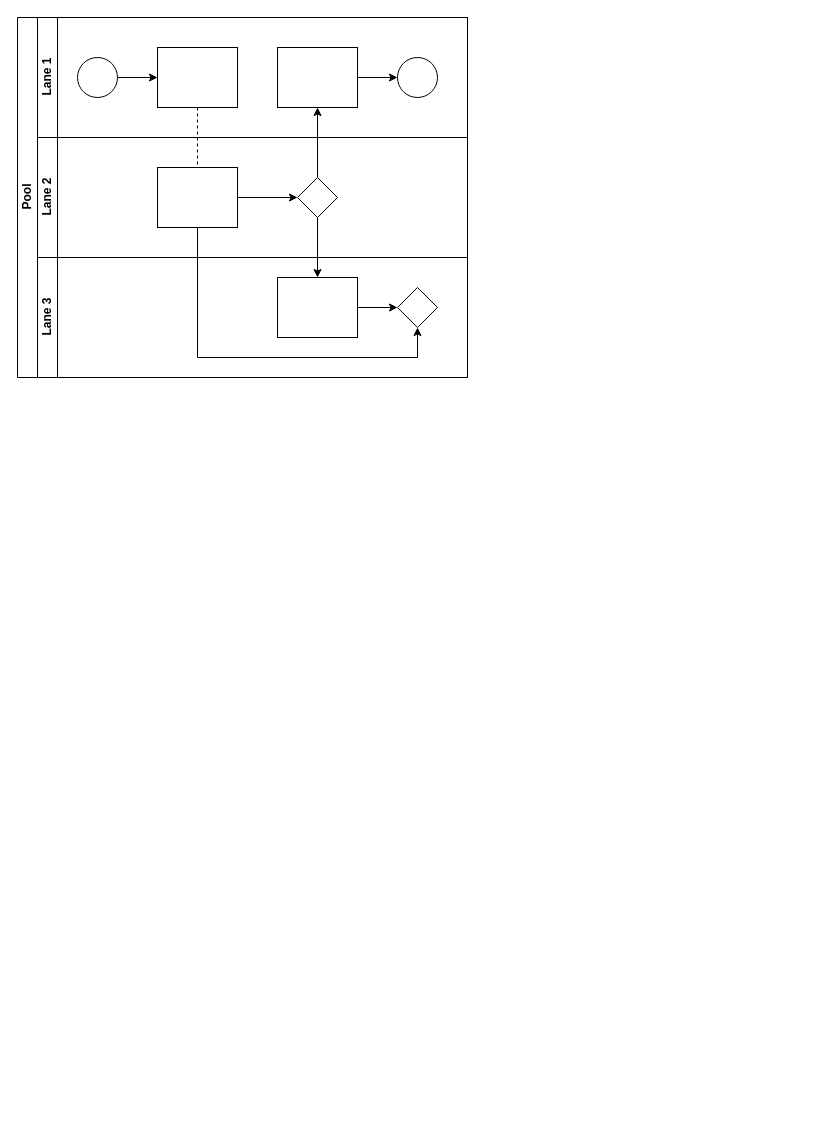
smi4dmi/Practice-Automation-Project keeps this draw.io diagram as Untitled Diagram.drawio. Above is the earlier version. Source tidied: cells renumbered, new cells numbered last; positions are measured from the earlier drawing's top-left corner, leaving out a move shared by most shapes. Both pictures are drawn from the tidied source at 100%, with x=0, y=0 at pixel (17, 17).
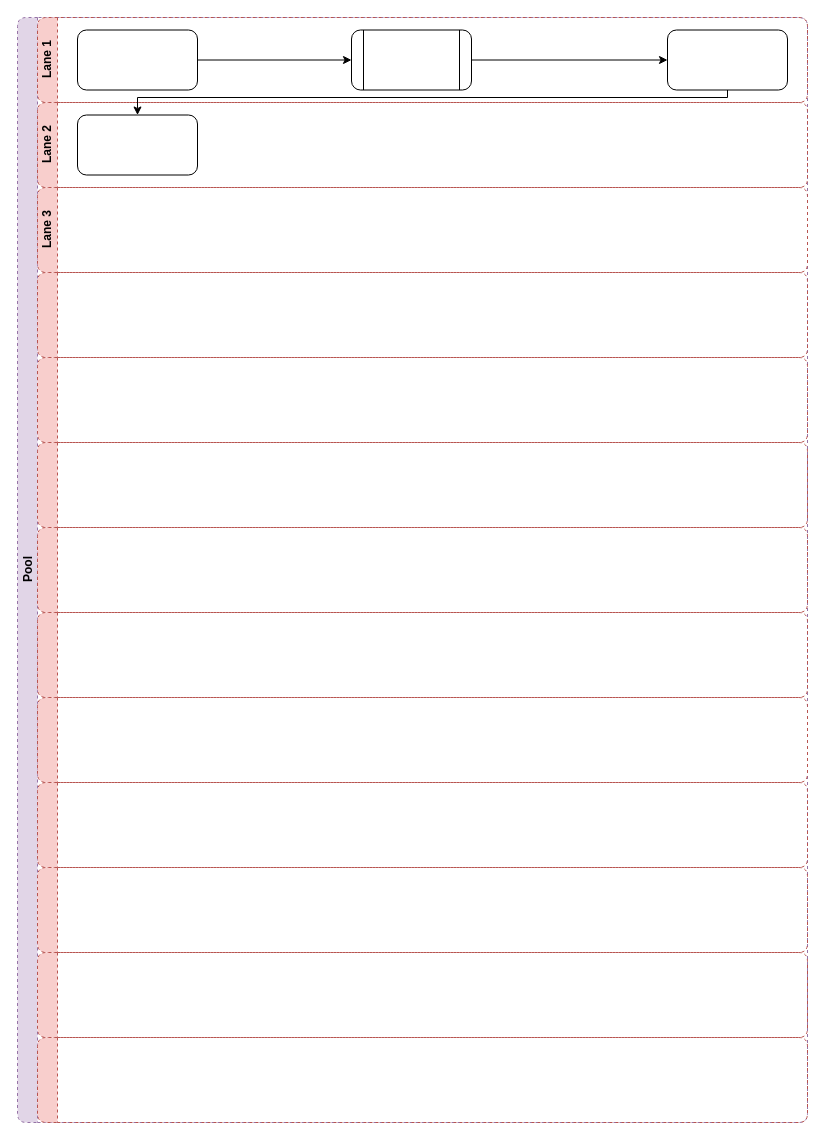
The same page after the edit.

What changed in the source:
```diff
@@
-    <mxCell id="2" value="Pool" style="swimlane;html=1;horizontal=0;startSize=20;" parent="1" vertex="1">
-      <mxGeometry width="450" height="360" as="geometry" />
+    <mxCell id="2" value="Pool" style="swimlane;html=1;horizontal=0;startSize=20;rounded=1;fillColor=#e1d5e7;strokeColor=#9673a6;dashed=1;" parent="1" vertex="1">
+      <mxGeometry width="790" height="1105" as="geometry" />
     </mxCell>
-    <mxCell id="3" style="edgeStyle=orthogonalEdgeStyle;rounded=0;jettySize=auto;html=1;dashed=1;endArrow=none;endFill=0;" parent="2" edge="1" source="10" target="16">
-      <mxGeometry relative="1" as="geometry" />
-    </mxCell>
-    <mxCell id="4" style="edgeStyle=orthogonalEdgeStyle;rounded=0;jettySize=auto;html=1;endArrow=classic;endFill=1;" parent="2" edge="1" source="17" target="12">
-      <mxGeometry relative="1" as="geometry" />
-    </mxCell>
-    <mxCell id="5" style="edgeStyle=orthogonalEdgeStyle;rounded=0;jettySize=auto;html=1;endArrow=classic;endFill=1;" parent="2" edge="1" source="17" target="20">
-      <mxGeometry relative="1" as="geometry" />
-    </mxCell>
-    <mxCell id="6" style="edgeStyle=orthogonalEdgeStyle;rounded=0;jettySize=auto;html=1;endArrow=classic;endFill=1;" parent="2" edge="1" source="16" target="21">
+    <mxCell id="6" style="edgeStyle=orthogonalEdgeStyle;rounded=0;orthogonalLoop=1;jettySize=auto;html=1;endArrow=classic;endFill=1;" parent="2" edge="1">
       <mxGeometry relative="1" as="geometry">
+        <mxPoint x="180" y="210" as="sourcePoint" />
         <Array as="points">
           <mxPoint x="180" y="340" />
           <mxPoint x="400" y="340" />
         </Array>
       </mxGeometry>
     </mxCell>
-    <mxCell id="7" value="Lane 1" style="swimlane;html=1;startSize=20;horizontal=0;" parent="2" vertex="1">
-      <mxGeometry x="20" width="430" height="120" as="geometry" />
+    <mxCell id="7" value="Lane 1" style="swimlane;html=1;startSize=20;horizontal=0;rounded=1;fillColor=#f8cecc;strokeColor=#b85450;dashed=1;" parent="2" vertex="1">
+      <mxGeometry x="20" width="770" height="85" as="geometry" />
     </mxCell>
-    <mxCell id="8" style="edgeStyle=orthogonalEdgeStyle;rounded=0;jettySize=auto;html=1;" parent="7" edge="1" source="9" target="10">
-      <mxGeometry relative="1" as="geometry" />
-    </mxCell>
-    <mxCell id="9" style="ellipse;whiteSpace=wrap;html=1;" parent="7" vertex="1">
-      <mxGeometry x="40" y="40" width="40" height="40" as="geometry" />
-    </mxCell>
-    <mxCell id="10" style="rounded=0;whiteSpace=wrap;html=1;fontFamily=Helvetica;fontSize=12;fontColor=#000000;align=center;" parent="7" vertex="1">
-      <mxGeometry x="120" y="30" width="80" height="60" as="geometry" />
-    </mxCell>
-    <mxCell id="11" style="edgeStyle=orthogonalEdgeStyle;rounded=0;jettySize=auto;html=1;endArrow=classic;endFill=1;" parent="7" edge="1" source="12" target="13">
-      <mxGeometry relative="1" as="geometry" />
-    </mxCell>
-    <mxCell id="12" style="rounded=0;whiteSpace=wrap;html=1;fontFamily=Helvetica;fontSize=12;fontColor=#000000;align=center;" parent="7" vertex="1">
-      <mxGeometry x="240" y="30" width="80" height="60" as="geometry" />
-    </mxCell>
-    <mxCell id="13" style="ellipse;whiteSpace=wrap;html=1;" parent="7" vertex="1">
-      <mxGeometry x="360" y="40" width="40" height="40" as="geometry" />
-    </mxCell>
+    <mxCell id="22" style="edgeStyle=orthogonalEdgeStyle;rounded=0;jettySize=auto;html=1;entryX=0;entryY=0.5;entryDx=0;entryDy=0;" parent="7" edge="1" source="23" target="25">
+      <mxGeometry relative="1" as="geometry" />
+    </mxCell>
+    <mxCell id="23" style="rounded=1;whiteSpace=wrap;html=1;" parent="7" vertex="1">
+      <mxGeometry x="40" y="12.5" width="120" height="60" as="geometry" />
+    </mxCell>
+    <mxCell id="24" style="edgeStyle=orthogonalEdgeStyle;rounded=0;jettySize=auto;html=1;entryX=0;entryY=0.5;entryDx=0;entryDy=0;" parent="7" edge="1" source="25" target="26">
+      <mxGeometry relative="1" as="geometry" />
+    </mxCell>
+    <mxCell id="25" style="shape=process;whiteSpace=wrap;html=1;backgroundOutline=1;rounded=1;" parent="7" vertex="1">
+      <mxGeometry x="314" y="12.5" width="120" height="60" as="geometry" />
+    </mxCell>
+    <mxCell id="26" style="rounded=1;whiteSpace=wrap;html=1;" parent="7" vertex="1">
+      <mxGeometry x="630" y="12.5" width="120" height="60" as="geometry" />
+    </mxCell>
-    <mxCell id="14" value="Lane 2" style="swimlane;html=1;startSize=20;horizontal=0;" parent="2" vertex="1">
-      <mxGeometry x="20" y="120" width="430" height="120" as="geometry" />
+    <mxCell id="14" value="Lane 2" style="swimlane;html=1;startSize=20;horizontal=0;rounded=1;fillColor=#f8cecc;strokeColor=#b85450;dashed=1;" parent="2" vertex="1">
+      <mxGeometry x="20" y="85" width="770" height="85" as="geometry" />
     </mxCell>
-    <mxCell id="15" style="edgeStyle=orthogonalEdgeStyle;rounded=0;jettySize=auto;html=1;endArrow=classic;endFill=1;" parent="14" edge="1" source="16" target="17">
-      <mxGeometry relative="1" as="geometry" />
-    </mxCell>
-    <mxCell id="16" style="rounded=0;whiteSpace=wrap;html=1;fontFamily=Helvetica;fontSize=12;fontColor=#000000;align=center;" parent="14" vertex="1">
-      <mxGeometry x="120" y="30" width="80" height="60" as="geometry" />
-    </mxCell>
-    <mxCell id="17" style="rhombus;whiteSpace=wrap;html=1;fontFamily=Helvetica;fontSize=12;fontColor=#000000;align=center;" parent="14" vertex="1">
-      <mxGeometry x="260" y="40" width="40" height="40" as="geometry" />
-    </mxCell>
+    <mxCell id="27" style="rounded=1;whiteSpace=wrap;html=1;" parent="14" vertex="1">
+      <mxGeometry x="40" y="12.5" width="120" height="60" as="geometry" />
+    </mxCell>
-    <mxCell id="18" value="Lane 3" style="swimlane;html=1;startSize=20;horizontal=0;" parent="2" vertex="1">
-      <mxGeometry x="20" y="240" width="430" height="120" as="geometry" />
+    <mxCell id="18" value="Lane 3" style="swimlane;html=1;startSize=20;horizontal=0;rounded=1;fillColor=#f8cecc;strokeColor=#b85450;dashed=1;" parent="2" vertex="1">
+      <mxGeometry x="20" y="170" width="770" height="85" as="geometry" />
     </mxCell>
-    <mxCell id="19" style="edgeStyle=orthogonalEdgeStyle;rounded=0;jettySize=auto;html=1;endArrow=classic;endFill=1;" parent="18" edge="1" source="20" target="21">
-      <mxGeometry relative="1" as="geometry" />
-    </mxCell>
-    <mxCell id="20" style="rounded=0;whiteSpace=wrap;html=1;fontFamily=Helvetica;fontSize=12;fontColor=#000000;align=center;" parent="18" vertex="1">
-      <mxGeometry x="240" y="20" width="80" height="60" as="geometry" />
-    </mxCell>
-    <mxCell id="21" style="rhombus;whiteSpace=wrap;html=1;fontFamily=Helvetica;fontSize=12;fontColor=#000000;align=center;" parent="18" vertex="1">
-      <mxGeometry x="360" y="30" width="40" height="40" as="geometry" />
-    </mxCell>
+    <mxCell id="28" style="swimlane;html=1;startSize=20;horizontal=0;rounded=1;fillColor=#f8cecc;strokeColor=#b85450;dashed=1;" parent="2" vertex="1">
+      <mxGeometry x="20" y="255" width="770" height="85" as="geometry" />
+    </mxCell>
+    <mxCell id="29" style="swimlane;html=1;startSize=20;horizontal=0;rounded=1;fillColor=#f8cecc;strokeColor=#b85450;dashed=1;" parent="2" vertex="1">
+      <mxGeometry x="20" y="340" width="770" height="85" as="geometry" />
+    </mxCell>
+    <mxCell id="30" style="swimlane;html=1;startSize=20;horizontal=0;rounded=1;fillColor=#f8cecc;strokeColor=#b85450;dashed=1;" parent="2" vertex="1">
+      <mxGeometry x="20" y="425" width="770" height="85" as="geometry" />
+    </mxCell>
+    <mxCell id="31" style="swimlane;html=1;startSize=20;horizontal=0;rounded=1;fillColor=#f8cecc;strokeColor=#b85450;dashed=1;" parent="2" vertex="1">
+      <mxGeometry x="20" y="510" width="770" height="85" as="geometry" />
+    </mxCell>
+    <mxCell id="32" style="swimlane;html=1;startSize=20;horizontal=0;rounded=1;fillColor=#f8cecc;strokeColor=#b85450;dashed=1;" parent="2" vertex="1">
+      <mxGeometry x="20" y="595" width="770" height="85" as="geometry" />
+    </mxCell>
+    <mxCell id="33" style="swimlane;html=1;startSize=20;horizontal=0;rounded=1;fillColor=#f8cecc;strokeColor=#b85450;dashed=1;" parent="2" vertex="1">
+      <mxGeometry x="20" y="680" width="770" height="85" as="geometry" />
+    </mxCell>
+    <mxCell id="34" style="swimlane;html=1;startSize=20;horizontal=0;rounded=1;fillColor=#f8cecc;strokeColor=#b85450;dashed=1;" parent="2" vertex="1">
+      <mxGeometry x="20" y="765" width="770" height="85" as="geometry" />
+    </mxCell>
+    <mxCell id="35" style="swimlane;html=1;startSize=20;horizontal=0;rounded=1;fillColor=#f8cecc;strokeColor=#b85450;dashed=1;" parent="2" vertex="1">
+      <mxGeometry x="20" y="850" width="770" height="85" as="geometry" />
+    </mxCell>
+    <mxCell id="36" style="swimlane;html=1;startSize=20;horizontal=0;rounded=1;fillColor=#f8cecc;strokeColor=#b85450;dashed=1;" parent="2" vertex="1">
+      <mxGeometry x="20" y="935" width="770" height="85" as="geometry" />
+    </mxCell>
+    <mxCell id="37" style="swimlane;html=1;startSize=20;horizontal=0;rounded=1;fillColor=#f8cecc;strokeColor=#b85450;dashed=1;" parent="2" vertex="1">
+      <mxGeometry x="20" y="1020" width="770" height="85" as="geometry" />
+    </mxCell>
+    <mxCell id="38" style="edgeStyle=orthogonalEdgeStyle;rounded=0;jettySize=auto;html=1;" parent="2" edge="1" source="26" target="27">
+      <mxGeometry relative="1" as="geometry">
+        <Array as="points">
+          <mxPoint x="710" y="80" />
+          <mxPoint x="120" y="80" />
+        </Array>
+      </mxGeometry>
+    </mxCell>
```
